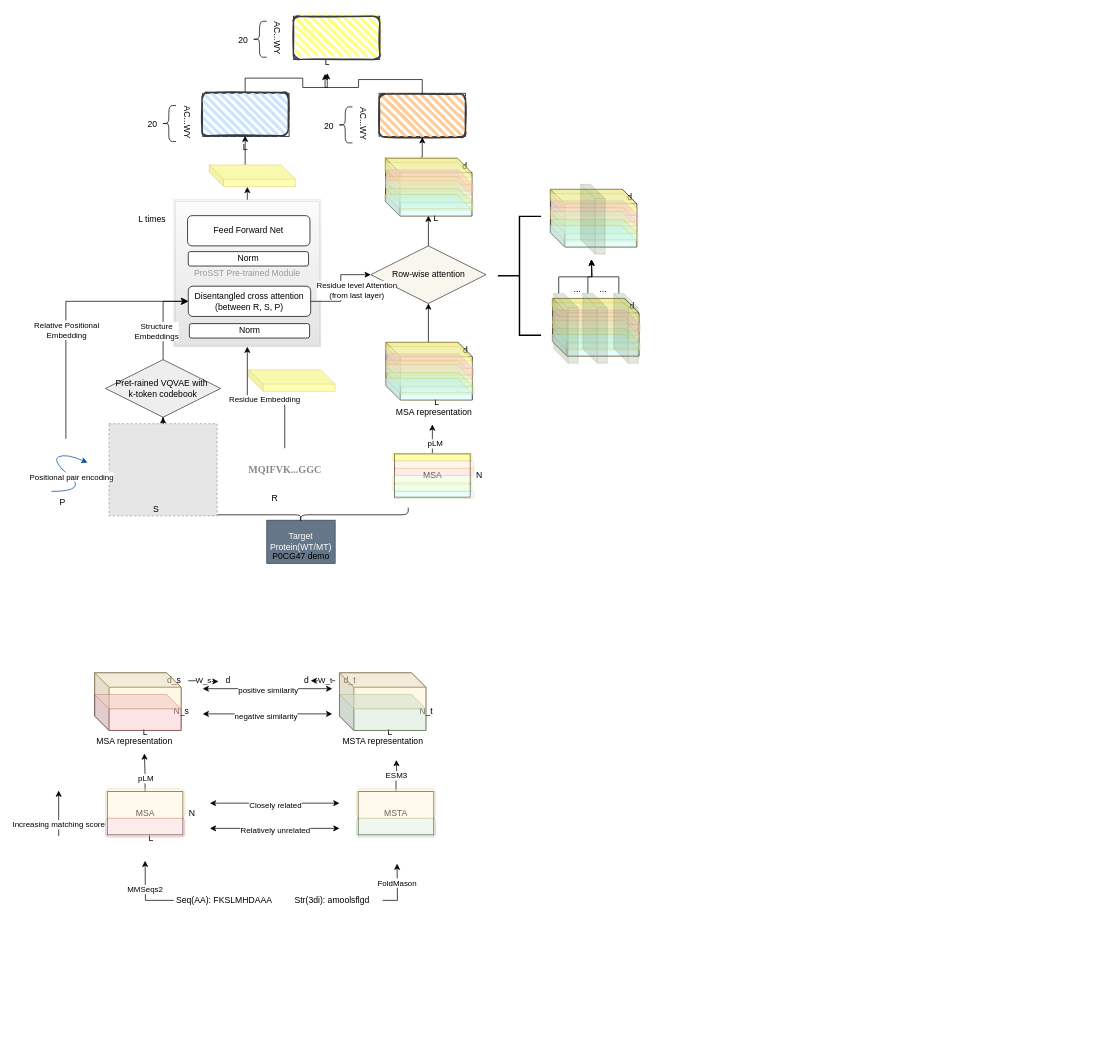
Above: Untitled Diagram.drawio in Antoninnnn/draw_illustration (draw.io), before the change. Source tidied: cells renumbered, new cells numbered last; positions are measured from the earlier drawing's top-left corner, leaving out a move shared by most shapes. Both pictures are drawn from the tidied source at 72%, with x=0, y=0 at pixel (51, 16). Pictures stored in the file or linked from it are replaced by grey dashed boxes.
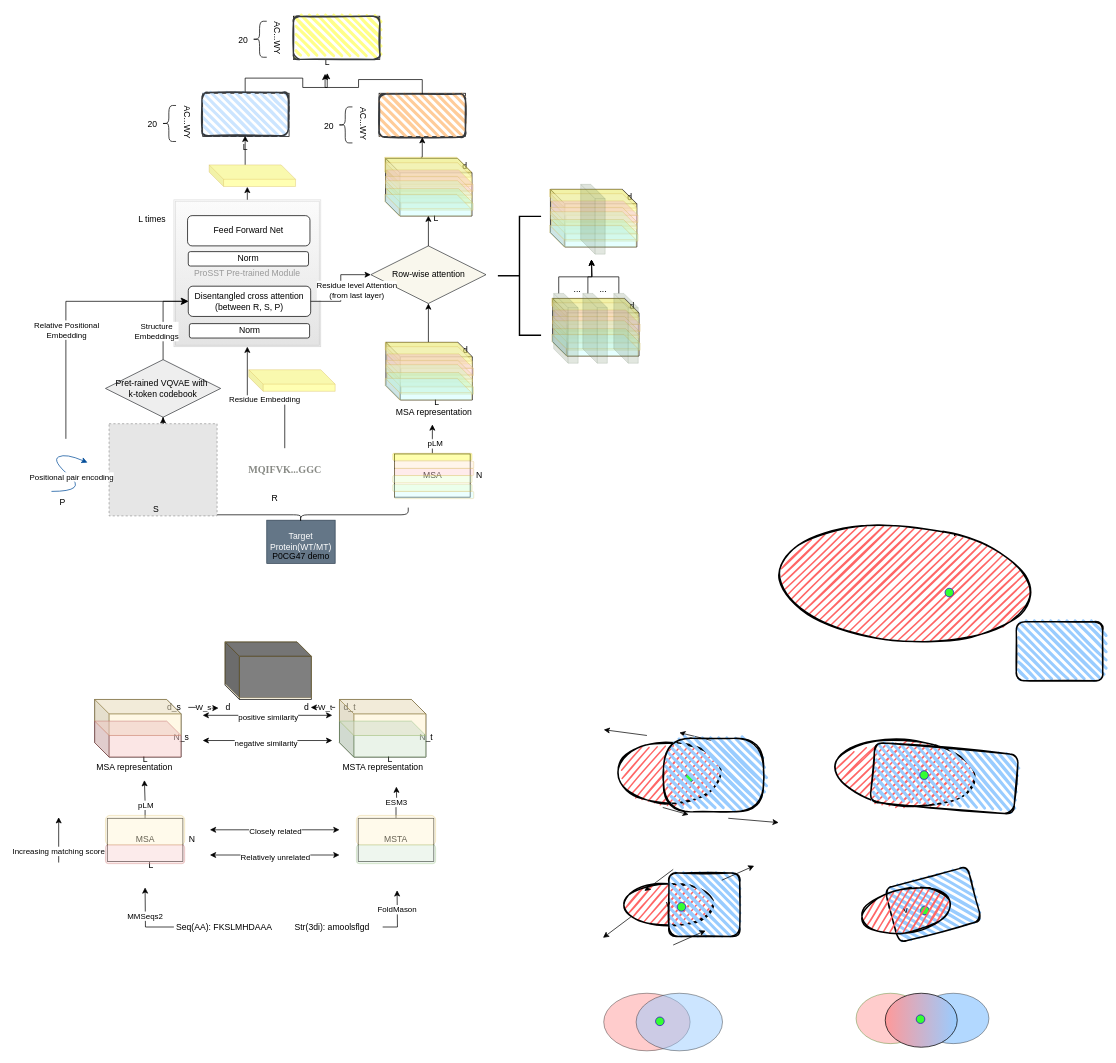
After the change.

What changed in the source:
```diff
@@
     <mxCell id="2" style="shape=cube;whiteSpace=wrap;html=1;boundedLbl=1;backgroundOutline=1;darkOpacity=0.05;darkOpacity2=0.1;" parent="1" vertex="1">
-      <mxGeometry x="60" y="912" width="120" height="80" as="geometry" />
+      <mxGeometry x="60" y="949" width="120" height="80" as="geometry" />
     </mxCell>
     <mxCell id="3" value="MSA representation" style="text;html=1;align=center;verticalAlign=middle;points=[];strokeColor=none;fillColor=none;" parent="1" vertex="1">
-      <mxGeometry x="50" y="992" width="130" height="30" as="geometry" />
+      <mxGeometry x="50" y="1029" width="130" height="30" as="geometry" />
     </mxCell>
     <mxCell id="4" value="L" style="text;html=1;align=center;verticalAlign=middle;strokeColor=none;fillColor=none;" parent="1" vertex="1">
-      <mxGeometry x="115" y="980" width="30" height="30" as="geometry" />
+      <mxGeometry x="115" y="1017" width="30" height="30" as="geometry" />
     </mxCell>
     <mxCell id="5" value="N_s" style="text;html=1;align=center;verticalAlign=middle;strokeColor=none;fillColor=none;" parent="1" vertex="1">
-      <mxGeometry x="160" y="950" width="40" height="30" as="geometry" />
+      <mxGeometry x="160" y="987" width="40" height="30" as="geometry" />
     </mxCell>
@@
     <mxCell id="8" value="d_s" style="text;html=1;align=center;verticalAlign=middle;points=[];strokeColor=none;fillColor=none;" parent="1" vertex="1">
-      <mxGeometry x="150" y="908" width="40" height="30" as="geometry" />
+      <mxGeometry x="150" y="945" width="40" height="30" as="geometry" />
     </mxCell>
     <mxCell id="9" value="MSA" style="rounded=0;whiteSpace=wrap;html=1;" parent="1" vertex="1">
-      <mxGeometry x="77.5" y="1077" width="105" height="60" as="geometry" />
+      <mxGeometry x="77.5" y="1114" width="105" height="60" as="geometry" />
     </mxCell>
     <mxCell id="10" value="N" style="text;html=1;align=center;verticalAlign=middle;strokeColor=none;fillColor=none;" parent="1" vertex="1">
-      <mxGeometry x="180" y="1092" width="30" height="30" as="geometry" />
+      <mxGeometry x="180" y="1129" width="30" height="30" as="geometry" />
     </mxCell>
     <mxCell id="11" value="L" style="text;html=1;align=center;verticalAlign=middle;strokeColor=none;fillColor=none;" parent="1" vertex="1">
-      <mxGeometry x="123" y="1127" width="30" height="30" as="geometry" />
+      <mxGeometry x="123" y="1164" width="30" height="30" as="geometry" />
     </mxCell>
     <mxCell id="12" style="edgeStyle=orthogonalEdgeStyle;rounded=0;jettySize=auto;html=1;exitX=0.5;exitY=0;exitDx=0;exitDy=0;entryX=0.608;entryY=1.067;entryDx=0;entryDy=0;entryPerimeter=0;" parent="1" edge="1" source="9" target="3">
       <mxGeometry relative="1" as="geometry">
         <Array as="points">
-          <mxPoint x="133" y="1054" />
-          <mxPoint x="130" y="1054" />
-          <mxPoint x="130" y="1032" />
+          <mxPoint x="133" y="1091" />
+          <mxPoint x="130" y="1091" />
+          <mxPoint x="130" y="1069" />
         </Array>
       </mxGeometry>
     </mxCell>
@@
     <mxCell id="14" style="edgeStyle=orthogonalEdgeStyle;rounded=0;jettySize=auto;html=1;" parent="1" edge="1" source="16">
       <mxGeometry relative="1" as="geometry">
-        <mxPoint x="130" y="1173" as="targetPoint" />
+        <mxPoint x="130" y="1210" as="targetPoint" />
       </mxGeometry>
     </mxCell>
@@
     <mxCell id="16" value="Seq(AA): FKSLMHDAAA" style="text;html=1;align=center;verticalAlign=middle;whiteSpace=wrap;rounded=0;" parent="1" vertex="1">
-      <mxGeometry x="170" y="1213" width="140" height="30" as="geometry" />
+      <mxGeometry x="170" y="1250" width="140" height="30" as="geometry" />
     </mxCell>
     <mxCell id="17" style="edgeStyle=orthogonalEdgeStyle;rounded=0;jettySize=auto;html=1;" parent="1" edge="1" source="19">
       <mxGeometry relative="1" as="geometry">
-        <mxPoint x="480" y="1177" as="targetPoint" />
+        <mxPoint x="480" y="1214" as="targetPoint" />
       </mxGeometry>
     </mxCell>
@@
     <mxCell id="19" value="Str(3di): amoolsflgd" style="text;html=1;align=center;verticalAlign=middle;whiteSpace=wrap;rounded=0;" parent="1" vertex="1">
-      <mxGeometry x="320" y="1213" width="140" height="30" as="geometry" />
+      <mxGeometry x="320" y="1250" width="140" height="30" as="geometry" />
     </mxCell>
     <mxCell id="20" style="edgeStyle=orthogonalEdgeStyle;rounded=0;jettySize=auto;html=1;exitX=0.5;exitY=0;exitDx=0;exitDy=0;" parent="1" edge="1" source="22">
       <mxGeometry relative="1" as="geometry">
-        <mxPoint x="479" y="1033" as="targetPoint" />
+        <mxPoint x="479" y="1070" as="targetPoint" />
       </mxGeometry>
     </mxCell>
@@
     <mxCell id="22" value="MSTA" style="rounded=0;whiteSpace=wrap;html=1;" parent="1" vertex="1">
-      <mxGeometry x="426" y="1077" width="105" height="60" as="geometry" />
+      <mxGeometry x="426" y="1114" width="105" height="60" as="geometry" />
     </mxCell>
     <mxCell id="23" style="rounded=1;whiteSpace=wrap;html=1;opacity=40;fillColor=#fff2cc;strokeColor=#d6b656;" parent="1" vertex="1">
-      <mxGeometry x="75" y="1073" width="110" height="41" as="geometry" />
+      <mxGeometry x="75" y="1110" width="110" height="41" as="geometry" />
     </mxCell>
     <mxCell id="24" style="rounded=1;whiteSpace=wrap;html=1;opacity=40;fillColor=#fff2cc;strokeColor=#d6b656;" parent="1" vertex="1">
-      <mxGeometry x="423.5" y="1073" width="110" height="41" as="geometry" />
+      <mxGeometry x="423.5" y="1110" width="110" height="41" as="geometry" />
     </mxCell>
     <mxCell id="25" style="rounded=1;whiteSpace=wrap;html=1;opacity=40;fillColor=#f8cecc;strokeColor=#b85450;" parent="1" vertex="1">
-      <mxGeometry x="75" y="1114" width="110" height="26" as="geometry" />
+      <mxGeometry x="75" y="1151" width="110" height="26" as="geometry" />
     </mxCell>
     <mxCell id="26" style="rounded=1;whiteSpace=wrap;html=1;opacity=40;fillColor=#d5e8d4;strokeColor=#82b366;" parent="1" vertex="1">
-      <mxGeometry x="423.5" y="1114" width="110" height="26" as="geometry" />
+      <mxGeometry x="423.5" y="1151" width="110" height="26" as="geometry" />
     </mxCell>
     <mxCell id="27" style="endArrow=classic;startArrow=classic;html=1;rounded=0;" parent="1" edge="1">
       <mxGeometry relative="1" as="geometry">
-        <mxPoint x="220" y="1093" as="sourcePoint" />
-        <mxPoint x="400" y="1093" as="targetPoint" />
+        <mxPoint x="220" y="1130" as="sourcePoint" />
+        <mxPoint x="400" y="1130" as="targetPoint" />
       </mxGeometry>
     </mxCell>
@@
     <mxCell id="29" style="endArrow=classic;startArrow=classic;html=1;rounded=0;" parent="1" edge="1">
       <mxGeometry relative="1" as="geometry">
-        <mxPoint x="220" y="1128" as="sourcePoint" />
-        <mxPoint x="400" y="1128" as="targetPoint" />
+        <mxPoint x="220" y="1165" as="sourcePoint" />
+        <mxPoint x="400" y="1165" as="targetPoint" />
       </mxGeometry>
     </mxCell>
@@
     <mxCell id="31" style="shape=cube;whiteSpace=wrap;html=1;boundedLbl=1;backgroundOutline=1;darkOpacity=0.05;darkOpacity2=0.1;" parent="1" vertex="1">
-      <mxGeometry x="400" y="912" width="120" height="80" as="geometry" />
+      <mxGeometry x="400" y="949" width="120" height="80" as="geometry" />
     </mxCell>
     <mxCell id="32" value="L" style="text;html=1;align=center;verticalAlign=middle;strokeColor=none;fillColor=none;" parent="1" vertex="1">
-      <mxGeometry x="455" y="980" width="30" height="30" as="geometry" />
+      <mxGeometry x="455" y="1017" width="30" height="30" as="geometry" />
     </mxCell>
     <mxCell id="33" value="N_t" style="text;html=1;align=center;verticalAlign=middle;strokeColor=none;fillColor=none;" parent="1" vertex="1">
-      <mxGeometry x="500" y="950" width="40" height="30" as="geometry" />
+      <mxGeometry x="500" y="987" width="40" height="30" as="geometry" />
     </mxCell>
     <mxCell id="34" style="edgeStyle=orthogonalEdgeStyle;rounded=0;jettySize=auto;html=1;" parent="1" edge="1" source="36">
       <mxGeometry relative="1" as="geometry">
-        <mxPoint x="360" y="923" as="targetPoint" />
+        <mxPoint x="360" y="960" as="targetPoint" />
       </mxGeometry>
     </mxCell>
@@
     <mxCell id="36" value="d_t" style="text;html=1;align=center;verticalAlign=middle;points=[];strokeColor=none;fillColor=none;" parent="1" vertex="1">
-      <mxGeometry x="394" y="908" width="40" height="30" as="geometry" />
+      <mxGeometry x="394" y="945" width="40" height="30" as="geometry" />
     </mxCell>
     <mxCell id="37" value="MSTA representation" style="text;html=1;align=center;verticalAlign=middle;strokeColor=none;fillColor=none;" parent="1" vertex="1">
-      <mxGeometry x="395" y="992" width="130" height="30" as="geometry" />
+      <mxGeometry x="395" y="1029" width="130" height="30" as="geometry" />
     </mxCell>
     <mxCell id="38" style="shape=cube;whiteSpace=wrap;html=1;boundedLbl=1;backgroundOutline=1;darkOpacity=0.05;darkOpacity2=0.1;fillColor=#fff2cc;strokeColor=#d6b656;opacity=50;" parent="1" vertex="1">
-      <mxGeometry x="60" y="912" width="120" height="50" as="geometry" />
+      <mxGeometry x="60" y="949" width="120" height="50" as="geometry" />
     </mxCell>
     <mxCell id="39" style="shape=cube;whiteSpace=wrap;html=1;boundedLbl=1;backgroundOutline=1;darkOpacity=0.05;darkOpacity2=0.1;fillColor=#f8cecc;strokeColor=#b85450;opacity=50;" parent="1" vertex="1">
-      <mxGeometry x="60" y="942" width="120" height="50" as="geometry" />
+      <mxGeometry x="60" y="979" width="120" height="50" as="geometry" />
     </mxCell>
-    <mxCell id="40" style="shape=cube;whiteSpace=wrap;html=1;boundedLbl=1;backgroundOutline=1;darkOpacity=0.05;darkOpacity2=0.1;fillColor=#fff2cc;strokeColor=#d6b656;opacity=50;" parent="1" vertex="1">
-      <mxGeometry x="400" y="912" width="120" height="50" as="geometry" />
+    <mxCell id="40" style="shape=cube;whiteSpace=wrap;html=1;boundedLbl=1;backgroundOutline=1;darkOpacity=0.05;darkOpacity2=0.1;fillColor=#FFF2CC;strokeColor=#d6b656;opacity=50;" parent="1" vertex="1">
+      <mxGeometry x="400" y="949" width="120" height="50" as="geometry" />
     </mxCell>
     <mxCell id="41" style="shape=cube;whiteSpace=wrap;html=1;boundedLbl=1;backgroundOutline=1;darkOpacity=0.05;darkOpacity2=0.1;fillColor=#d5e8d4;strokeColor=#82b366;opacity=50;" parent="1" vertex="1">
-      <mxGeometry x="400" y="942" width="120" height="50" as="geometry" />
+      <mxGeometry x="400" y="979" width="120" height="50" as="geometry" />
     </mxCell>
     <mxCell id="42" style="endArrow=classic;startArrow=classic;html=1;rounded=0;" parent="1" edge="1">
       <mxGeometry relative="1" as="geometry">
-        <mxPoint x="210" y="934" as="sourcePoint" />
-        <mxPoint x="390" y="934" as="targetPoint" />
+        <mxPoint x="210" y="971" as="sourcePoint" />
+        <mxPoint x="390" y="971" as="targetPoint" />
       </mxGeometry>
     </mxCell>
@@
     <mxCell id="44" style="endArrow=classic;startArrow=classic;html=1;rounded=0;" parent="1" edge="1">
       <mxGeometry relative="1" as="geometry">
-        <mxPoint x="210" y="969" as="sourcePoint" />
-        <mxPoint x="390" y="969" as="targetPoint" />
+        <mxPoint x="210" y="1006" as="sourcePoint" />
+        <mxPoint x="390" y="1006" as="targetPoint" />
       </mxGeometry>
     </mxCell>
@@
     <mxCell id="47" style="endArrow=classic;html=1;rounded=0;" parent="1" edge="1">
       <mxGeometry relative="1" as="geometry">
-        <mxPoint x="10" y="1138.5" as="sourcePoint" />
-        <mxPoint x="10" y="1075.5" as="targetPoint" />
+        <mxPoint x="10" y="1175.5" as="sourcePoint" />
+        <mxPoint x="10" y="1112.5" as="targetPoint" />
       </mxGeometry>
     </mxCell>
@@
     <mxCell id="49" value="d" style="text;html=1;align=center;verticalAlign=middle;points=[];strokeColor=none;fillColor=none;" parent="1" vertex="1">
-      <mxGeometry x="230" y="908" width="30" height="30" as="geometry" />
+      <mxGeometry x="230" y="945" width="30" height="30" as="geometry" />
     </mxCell>
     <mxCell id="50" value="d" style="text;html=1;align=center;verticalAlign=middle;strokeColor=none;fillColor=none;" parent="1" vertex="1">
-      <mxGeometry x="339" y="908" width="30" height="30" as="geometry" />
+      <mxGeometry x="339" y="945" width="30" height="30" as="geometry" />
     </mxCell>
@@
+    <mxCell id="163" style="shape=cube;whiteSpace=wrap;html=1;boundedLbl=1;backgroundOutline=1;darkOpacity=0.05;darkOpacity2=0.1;" parent="1" vertex="1">
+      <mxGeometry x="241" y="869" width="120" height="80" as="geometry" />
+    </mxCell>
+    <mxCell id="164" style="shape=cube;whiteSpace=wrap;html=1;boundedLbl=1;backgroundOutline=1;darkOpacity=0.05;darkOpacity2=0.1;fillColor=#FFF2CC;strokeColor=#d6b656;opacity=50;gradientColor=light-dark(#B3FF66,#EDEDED);gradientDirection=south;" parent="1" vertex="1">
+      <mxGeometry x="241" y="869" width="120" height="78" as="geometry" />
+    </mxCell>
+    <mxCell id="165" style="ellipse;whiteSpace=wrap;html=1;strokeWidth=2;fillWeight=2;hachureGap=8;fillColor=#FF6666;fillStyle=dots;sketch=1;" parent="1" vertex="1">
+      <mxGeometry x="788" y="1007" width="140" height="88" as="geometry" />
+    </mxCell>
+    <mxCell id="166" style="rounded=1;whiteSpace=wrap;html=1;strokeWidth=2;fillWeight=4;hachureGap=8;hachureAngle=45;fillColor=#99CCFF;sketch=1;" parent="1" vertex="1">
+      <mxGeometry x="1340" y="841" width="120" height="82" as="geometry" />
+    </mxCell>
+    <mxCell id="167" style="endArrow=classic;html=1;rounded=0;" parent="1" edge="1">
+      <mxGeometry relative="1" as="geometry">
+        <mxPoint x="827" y="999" as="sourcePoint" />
+        <mxPoint x="767" y="991" as="targetPoint" />
+      </mxGeometry>
+    </mxCell>
+    <mxCell id="168" style="endArrow=classic;html=1;rounded=0;" parent="1" edge="1">
+      <mxGeometry relative="1" as="geometry">
+        <mxPoint x="940" y="1114" as="sourcePoint" />
+        <mxPoint x="1010" y="1120" as="targetPoint" />
+      </mxGeometry>
+    </mxCell>
+    <mxCell id="169" style="ellipse;whiteSpace=wrap;html=1;fillColor=#33FF33;fontColor=#ffffff;strokeColor=#3700CC;" parent="1" vertex="1">
+      <mxGeometry x="880" y="1052" width="12" height="12" as="geometry" />
+    </mxCell>
+    <mxCell id="170" value="v" style="ellipse;whiteSpace=wrap;html=1;strokeWidth=2;fillWeight=2;hachureGap=8;fillColor=#FF6666;fillStyle=dots;sketch=1;" parent="1" vertex="1">
+      <mxGeometry x="797" y="1203.5" width="120" height="61" as="geometry" />
+    </mxCell>
+    <mxCell id="171" style="rounded=1;whiteSpace=wrap;html=1;strokeWidth=2;fillWeight=4;hachureGap=8;hachureAngle=45;fillColor=#99CCFF;sketch=1;" parent="1" vertex="1">
+      <mxGeometry x="857.5" y="1190" width="98.5" height="88" as="geometry" />
+    </mxCell>
+    <mxCell id="172" style="endArrow=classic;html=1;rounded=0;" parent="1" edge="1">
+      <mxGeometry relative="1" as="geometry">
+        <mxPoint x="931" y="1200" as="sourcePoint" />
+        <mxPoint x="976" y="1180" as="targetPoint" />
+      </mxGeometry>
+    </mxCell>
+    <mxCell id="173" style="ellipse;whiteSpace=wrap;html=1;fillColor=#33FF33;fontColor=#ffffff;strokeColor=#3700CC;" parent="1" vertex="1">
+      <mxGeometry x="869" y="1231" width="12" height="12" as="geometry" />
+    </mxCell>
+    <mxCell id="174" style="endArrow=classic;html=1;rounded=0;" parent="1" edge="1">
+      <mxGeometry relative="1" as="geometry">
+        <mxPoint x="806" y="1250" as="sourcePoint" />
+        <mxPoint x="766" y="1280" as="targetPoint" />
+      </mxGeometry>
+    </mxCell>
+    <mxCell id="175" style="ellipse;whiteSpace=wrap;html=1;strokeWidth=2;fillWeight=2;hachureGap=8;fillColor=#FF6666;fillStyle=dots;sketch=1;rotation=5;" parent="1" vertex="1">
+      <mxGeometry x="1090" y="1007" width="190" height="88.5" as="geometry" />
+    </mxCell>
+    <mxCell id="176" style="rounded=1;whiteSpace=wrap;html=1;strokeWidth=2;fillWeight=4;hachureGap=8;hachureAngle=45;fillColor=#99CCFF;sketch=1;rotation=5;" parent="1" vertex="1">
+      <mxGeometry x="1140" y="1017" width="200" height="83" as="geometry" />
+    </mxCell>
+    <mxCell id="177" style="ellipse;whiteSpace=wrap;html=1;fillColor=#33FF33;fontColor=#ffffff;strokeColor=#3700CC;" parent="1" vertex="1">
+      <mxGeometry x="1206" y="1048" width="12" height="12" as="geometry" />
+    </mxCell>
+    <mxCell id="178" style="endArrow=classic;html=1;rounded=0;" parent="1" edge="1">
+      <mxGeometry relative="1" as="geometry">
+        <mxPoint x="849" y="1099" as="sourcePoint" />
+        <mxPoint x="885" y="1109" as="targetPoint" />
+      </mxGeometry>
+    </mxCell>
+    <mxCell id="179" style="endArrow=classic;html=1;rounded=0;" parent="1" edge="1">
+      <mxGeometry relative="1" as="geometry">
+        <mxPoint x="921" y="1007" as="sourcePoint" />
+        <mxPoint x="872" y="995" as="targetPoint" />
+      </mxGeometry>
+    </mxCell>
+    <mxCell id="180" style="rounded=1;whiteSpace=wrap;html=1;strokeWidth=2;fillWeight=4;hachureGap=8;hachureAngle=45;fillColor=#99CCFF;sketch=1;rotation=-15;" parent="1" vertex="1">
+      <mxGeometry x="1165" y="1195" width="119" height="77.8" as="geometry" />
+    </mxCell>
+    <mxCell id="181" style="ellipse;whiteSpace=wrap;html=1;fillColor=#33FF33;fontColor=#ffffff;strokeColor=#3700CC;" parent="1" vertex="1">
+      <mxGeometry x="1207" y="1236" width="12" height="12" as="geometry" />
+    </mxCell>
+    <mxCell id="182" style="endArrow=classic;html=1;rounded=0;" parent="1" edge="1">
+      <mxGeometry relative="1" as="geometry">
+        <mxPoint x="863.5" y="1185" as="sourcePoint" />
+        <mxPoint x="823.5" y="1215" as="targetPoint" />
+      </mxGeometry>
+    </mxCell>
+    <mxCell id="183" style="endArrow=classic;html=1;rounded=0;" parent="1" edge="1">
+      <mxGeometry relative="1" as="geometry">
+        <mxPoint x="863.5" y="1290" as="sourcePoint" />
+        <mxPoint x="908.5" y="1270" as="targetPoint" />
+      </mxGeometry>
+    </mxCell>
+    <mxCell id="184" style="ellipse;whiteSpace=wrap;html=1;strokeWidth=2;fillWeight=2;hachureGap=8;fillColor=#FF6666;fillStyle=dots;sketch=1;horizontal=1;rotation=5;" parent="1" vertex="1">
+      <mxGeometry x="1015" y="707.2" width="340" height="161.8" as="geometry" />
+    </mxCell>
+    <mxCell id="185" style="rounded=1;whiteSpace=wrap;html=1;strokeWidth=2;fillWeight=4;hachureGap=8;hachureAngle=45;fillColor=#99CCFF;sketch=1;arcSize=41;" parent="1" vertex="1">
+      <mxGeometry x="850" y="1003" width="139" height="102" as="geometry" />
+    </mxCell>
+    <mxCell id="186" style="ellipse;whiteSpace=wrap;html=1;fillColor=#33FF33;fontColor=#ffffff;strokeColor=#3700CC;" parent="1" vertex="1">
+      <mxGeometry x="1241" y="794.5" width="12" height="12" as="geometry" />
+    </mxCell>
+    <mxCell id="187" value="v" style="ellipse;whiteSpace=wrap;html=1;strokeWidth=2;fillWeight=2;hachureGap=8;fillColor=#FF6666;fillStyle=dots;sketch=1;rotation=-10;" parent="1" vertex="1">
+      <mxGeometry x="1127" y="1211.8" width="120" height="61" as="geometry" />
+    </mxCell>
+    <mxCell id="188" style="ellipse;whiteSpace=wrap;html=1;opacity=50;fillColor=#FF9999;" parent="1" vertex="1">
+      <mxGeometry x="767" y="1357" width="120" height="80" as="geometry" />
+    </mxCell>
+    <mxCell id="189" style="ellipse;whiteSpace=wrap;html=1;opacity=50;fillColor=#99CCFF;" parent="1" vertex="1">
+      <mxGeometry x="812" y="1357" width="120" height="80" as="geometry" />
+    </mxCell>
+    <mxCell id="190" style="ellipse;whiteSpace=wrap;html=1;opacity=50;fillColor=#FF9999;fontColor=#ffffff;strokeColor=#2D7600;" parent="1" vertex="1">
+      <mxGeometry x="1117.5" y="1357" width="95.5" height="70" as="geometry" />
+    </mxCell>
+    <mxCell id="191" style="ellipse;whiteSpace=wrap;html=1;opacity=50;fillColor=#66B2FF;" parent="1" vertex="1">
+      <mxGeometry x="1203" y="1357" width="99" height="70" as="geometry" />
+    </mxCell>
+    <mxCell id="192" style="ellipse;whiteSpace=wrap;html=1;fillColor=#FF9999;gradientColor=#99CCFF;gradientDirection=east;" parent="1" vertex="1">
+      <mxGeometry x="1158" y="1357" width="100" height="75" as="geometry" />
+    </mxCell>
+    <mxCell id="193" style="ellipse;whiteSpace=wrap;html=1;fillColor=#33FF33;fontColor=#ffffff;strokeColor=#3700CC;" parent="1" vertex="1">
+      <mxGeometry x="839" y="1390" width="12" height="12" as="geometry" />
+    </mxCell>
+    <mxCell id="194" style="ellipse;whiteSpace=wrap;html=1;fillColor=#33FF33;fontColor=#ffffff;strokeColor=#3700CC;" parent="1" vertex="1">
+      <mxGeometry x="1201" y="1387" width="12" height="12" as="geometry" />
+    </mxCell>
```
